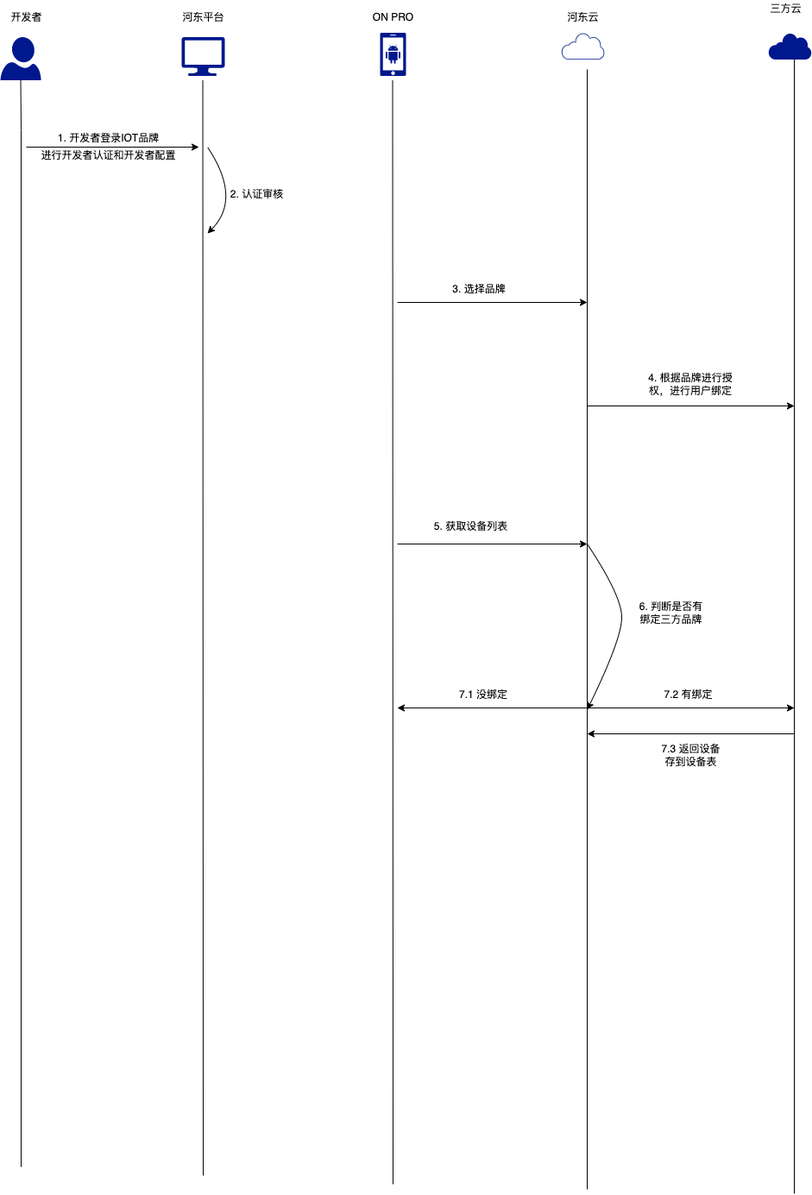
Before: 云云对接.png, a diagram exported from draw.io (tytler98/tytler). Source tidied: cells renumbered, new cells last; positions are measured from the earlier drawing's top-left corner, leaving out a move shared by most shapes.
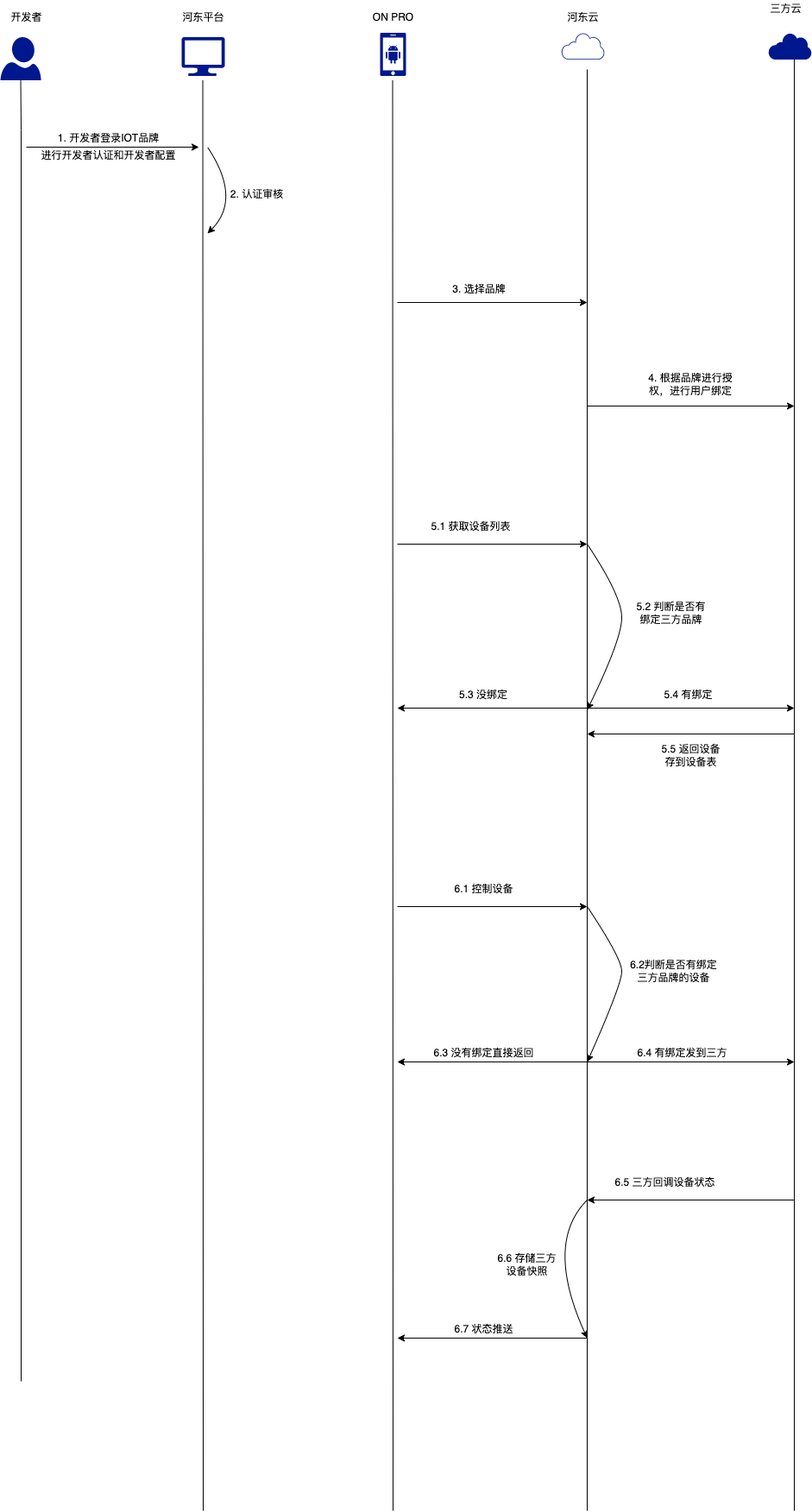
The same diagram one commit later.

Change to the diagram source:
```diff
@@ -19,7 +19,7 @@
     </mxCell>
     <mxCell id="7" style="endArrow=none;html=1;rounded=0;entryX=0.5;entryY=1;entryDx=0;entryDy=0;entryPerimeter=0;" parent="1" edge="1" target="2">
       <mxGeometry relative="1" as="geometry">
-        <mxPoint x="24" y="1352" as="sourcePoint" />
+        <mxPoint x="24" y="1600" as="sourcePoint" />
         <Array as="points">
           <mxPoint x="24" y="150" />
         </Array>
@@ -27,25 +27,25 @@
     </mxCell>
     <mxCell id="8" style="endArrow=none;html=1;rounded=0;entryX=0.5;entryY=1;entryDx=0;entryDy=0;entryPerimeter=0;" parent="1" edge="1">
       <mxGeometry relative="1" as="geometry">
-        <mxPoint x="235" y="1362" as="sourcePoint" />
+        <mxPoint x="235" y="1750" as="sourcePoint" />
         <mxPoint x="234.5" y="92.5" as="targetPoint" />
       </mxGeometry>
     </mxCell>
     <mxCell id="9" style="endArrow=none;html=1;rounded=0;entryX=0.5;entryY=1;entryDx=0;entryDy=0;entryPerimeter=0;" parent="1" edge="1">
       <mxGeometry relative="1" as="geometry">
-        <mxPoint x="455" y="1372" as="sourcePoint" />
+        <mxPoint x="455" y="1750" as="sourcePoint" />
         <mxPoint x="454.5" y="92.5" as="targetPoint" />
       </mxGeometry>
     </mxCell>
     <mxCell id="10" style="endArrow=none;html=1;rounded=0;entryX=0.5;entryY=1;entryDx=0;entryDy=0;entryPerimeter=0;" parent="1" edge="1">
       <mxGeometry relative="1" as="geometry">
-        <mxPoint x="680" y="1378" as="sourcePoint" />
+        <mxPoint x="680" y="1750" as="sourcePoint" />
         <mxPoint x="680" y="80" as="targetPoint" />
       </mxGeometry>
     </mxCell>
     <mxCell id="11" style="endArrow=none;html=1;rounded=0;entryX=0.5;entryY=1;entryDx=0;entryDy=0;entryPerimeter=0;" parent="1" edge="1">
       <mxGeometry relative="1" as="geometry">
-        <mxPoint x="920" y="1383" as="sourcePoint" />
+        <mxPoint x="920" y="1750" as="sourcePoint" />
         <mxPoint x="920" y="68.5" as="targetPoint" />
       </mxGeometry>
     </mxCell>
@@ -112,8 +112,8 @@
         <mxPoint x="680" y="630" as="targetPoint" />
       </mxGeometry>
     </mxCell>
-    <mxCell id="27" value="5. 获取设备列表" style="text;html=1;align=center;verticalAlign=middle;strokeColor=none;fillColor=none;" parent="1" vertex="1">
-      <mxGeometry x="495" y="600" width="100" height="20" as="geometry" />
+    <mxCell id="27" value="5.1 获取设备列表" style="text;html=1;align=center;verticalAlign=middle;strokeColor=none;fillColor=none;" parent="1" vertex="1">
+      <mxGeometry x="490" y="600" width="110" height="20" as="geometry" />
     </mxCell>
     <mxCell id="28" style="curved=1;endArrow=classic;html=1;rounded=0;" parent="1" edge="1">
       <mxGeometry relative="1" as="geometry">
@@ -125,10 +125,10 @@
         </Array>
       </mxGeometry>
     </mxCell>
-    <mxCell id="29" value="6. 判断是否有&lt;br&gt;绑定三方品牌" style="text;html=1;align=center;verticalAlign=middle;strokeColor=none;fillColor=none;" parent="1" vertex="1">
-      <mxGeometry x="732" y="695" width="90" height="30" as="geometry" />
+    <mxCell id="29" value="5.2 判断是否有&lt;br&gt;绑定三方品牌" style="text;html=1;align=center;verticalAlign=middle;strokeColor=none;fillColor=none;" parent="1" vertex="1">
+      <mxGeometry x="727" y="695" width="100" height="30" as="geometry" />
     </mxCell>
-    <mxCell id="30" value="7.1 没绑定" style="text;html=1;strokeColor=none;fillColor=none;align=center;verticalAlign=middle;whiteSpace=wrap;rounded=0;" parent="1" vertex="1">
+    <mxCell id="30" value="5.3 没绑定" style="text;html=1;strokeColor=none;fillColor=none;align=center;verticalAlign=middle;whiteSpace=wrap;rounded=0;" parent="1" vertex="1">
       <mxGeometry x="530" y="790" width="60" height="30" as="geometry" />
     </mxCell>
     <mxCell id="31" style="endArrow=classic;html=1;rounded=0;" parent="1" edge="1">
@@ -143,7 +143,7 @@
         <mxPoint x="920" y="820" as="targetPoint" />
       </mxGeometry>
     </mxCell>
-    <mxCell id="33" value="7.2 有绑定" style="text;html=1;align=center;verticalAlign=middle;strokeColor=none;fillColor=none;" parent="1" vertex="1">
+    <mxCell id="33" value="5.4 有绑定" style="text;html=1;align=center;verticalAlign=middle;strokeColor=none;fillColor=none;" parent="1" vertex="1">
       <mxGeometry x="762" y="795" width="70" height="20" as="geometry" />
     </mxCell>
     <mxCell id="34" style="endArrow=classic;html=1;rounded=0;" parent="1" edge="1">
@@ -152,8 +152,78 @@
         <mxPoint x="680" y="850" as="targetPoint" />
       </mxGeometry>
     </mxCell>
-    <mxCell id="35" value="7.3 返回设备&lt;br&gt;存到设备表" style="text;html=1;align=center;verticalAlign=middle;strokeColor=none;fillColor=none;" parent="1" vertex="1">
+    <mxCell id="35" value="5.5 返回设备&lt;br&gt;存到设备表" style="text;html=1;align=center;verticalAlign=middle;strokeColor=none;fillColor=none;" parent="1" vertex="1">
       <mxGeometry x="760" y="860" width="80" height="30" as="geometry" />
     </mxCell>
+    <mxCell id="36" style="endArrow=classic;html=1;rounded=0;" parent="1" edge="1">
+      <mxGeometry relative="1" as="geometry">
+        <mxPoint x="460" y="1050" as="sourcePoint" />
+        <mxPoint x="680" y="1050" as="targetPoint" />
+      </mxGeometry>
+    </mxCell>
+    <mxCell id="37" value="6.1 控制设备" style="text;html=1;align=center;verticalAlign=middle;strokeColor=none;fillColor=none;" parent="1" vertex="1">
+      <mxGeometry x="520" y="1020" width="80" height="20" as="geometry" />
+    </mxCell>
+    <mxCell id="38" style="curved=1;endArrow=classic;html=1;rounded=0;" parent="1" edge="1">
+      <mxGeometry relative="1" as="geometry">
+        <mxPoint x="680" y="1050" as="sourcePoint" />
+        <mxPoint x="680" y="1230" as="targetPoint" />
+        <Array as="points">
+          <mxPoint x="720" y="1110" />
+          <mxPoint x="720" y="1140" />
+        </Array>
+      </mxGeometry>
+    </mxCell>
+    <mxCell id="39" value="6.2判断是否有绑定&lt;br&gt;三方品牌的设备" style="text;html=1;align=center;verticalAlign=middle;strokeColor=none;fillColor=none;" parent="1" vertex="1">
+      <mxGeometry x="720" y="1110" width="120" height="30" as="geometry" />
+    </mxCell>
+    <mxCell id="40" style="endArrow=classic;html=1;rounded=0;" parent="1" edge="1">
+      <mxGeometry relative="1" as="geometry">
+        <mxPoint x="680" y="1230" as="sourcePoint" />
+        <mxPoint x="460" y="1230" as="targetPoint" />
+      </mxGeometry>
+    </mxCell>
+    <mxCell id="41" value="6.3 没有绑定直接返回" style="text;html=1;align=center;verticalAlign=middle;strokeColor=none;fillColor=none;" parent="1" vertex="1">
+      <mxGeometry x="495" y="1210" width="130" height="20" as="geometry" />
+    </mxCell>
+    <mxCell id="42" style="endArrow=classic;html=1;rounded=0;" parent="1" edge="1">
+      <mxGeometry relative="1" as="geometry">
+        <mxPoint x="680" y="1230" as="sourcePoint" />
+        <mxPoint x="920" y="1230" as="targetPoint" />
+      </mxGeometry>
+    </mxCell>
+    <mxCell id="43" value="6.4 有绑定发到三方" style="text;html=1;align=center;verticalAlign=middle;strokeColor=none;fillColor=none;" parent="1" vertex="1">
+      <mxGeometry x="730" y="1210" width="120" height="20" as="geometry" />
+    </mxCell>
+    <mxCell id="44" style="endArrow=classic;html=1;rounded=0;" parent="1" edge="1">
+      <mxGeometry relative="1" as="geometry">
+        <mxPoint x="920" y="1390" as="sourcePoint" />
+        <mxPoint x="680" y="1390" as="targetPoint" />
+      </mxGeometry>
+    </mxCell>
+    <mxCell id="45" value="6.5 三方回调设备状态" style="text;html=1;align=center;verticalAlign=middle;strokeColor=none;fillColor=none;" parent="1" vertex="1">
+      <mxGeometry x="705" y="1360" width="130" height="20" as="geometry" />
+    </mxCell>
+    <mxCell id="46" style="curved=1;endArrow=classic;html=1;rounded=0;" parent="1" edge="1">
+      <mxGeometry relative="1" as="geometry">
+        <mxPoint x="680" y="1390" as="sourcePoint" />
+        <mxPoint x="680" y="1550" as="targetPoint" />
+        <Array as="points">
+          <mxPoint x="630" y="1440" />
+        </Array>
+      </mxGeometry>
+    </mxCell>
+    <mxCell id="47" value="6.6 存储三方&lt;br&gt;设备快照" style="text;html=1;align=center;verticalAlign=middle;strokeColor=none;fillColor=none;" parent="1" vertex="1">
+      <mxGeometry x="570" y="1450" width="80" height="30" as="geometry" />
+    </mxCell>
+    <mxCell id="48" style="endArrow=classic;html=1;rounded=0;" parent="1" edge="1">
+      <mxGeometry relative="1" as="geometry">
+        <mxPoint x="680" y="1550" as="sourcePoint" />
+        <mxPoint x="460" y="1550" as="targetPoint" />
+      </mxGeometry>
+    </mxCell>
+    <mxCell id="49" value="6.7 状态推送" style="text;html=1;align=center;verticalAlign=middle;strokeColor=none;fillColor=none;" parent="1" vertex="1">
+      <mxGeometry x="520" y="1530" width="80" height="20" as="geometry" />
+    </mxCell>
   </root>
 </mxGraphModel>
```
